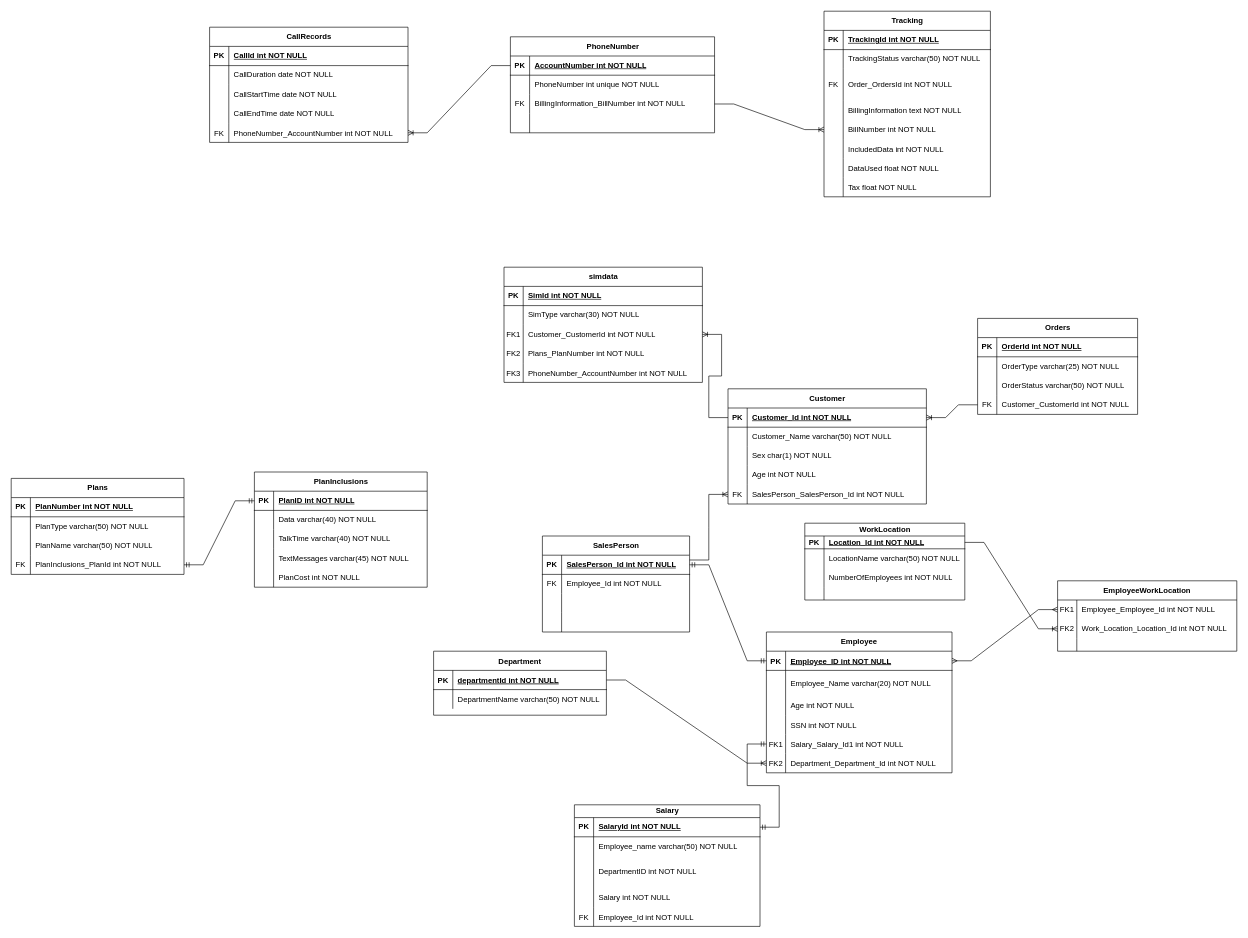
Before: Untitled Diagram.drawio in jayanthbharadwaj2601/socialproof-frontendmentor, a draw.io diagram. Source tidied: cells renumbered, new cells numbered last; positions are measured from the earlier drawing's top-left corner, leaving out a move shared by most shapes. Both pictures are drawn from the tidied source at 64%, with x=0, y=0 at pixel (11, 11).
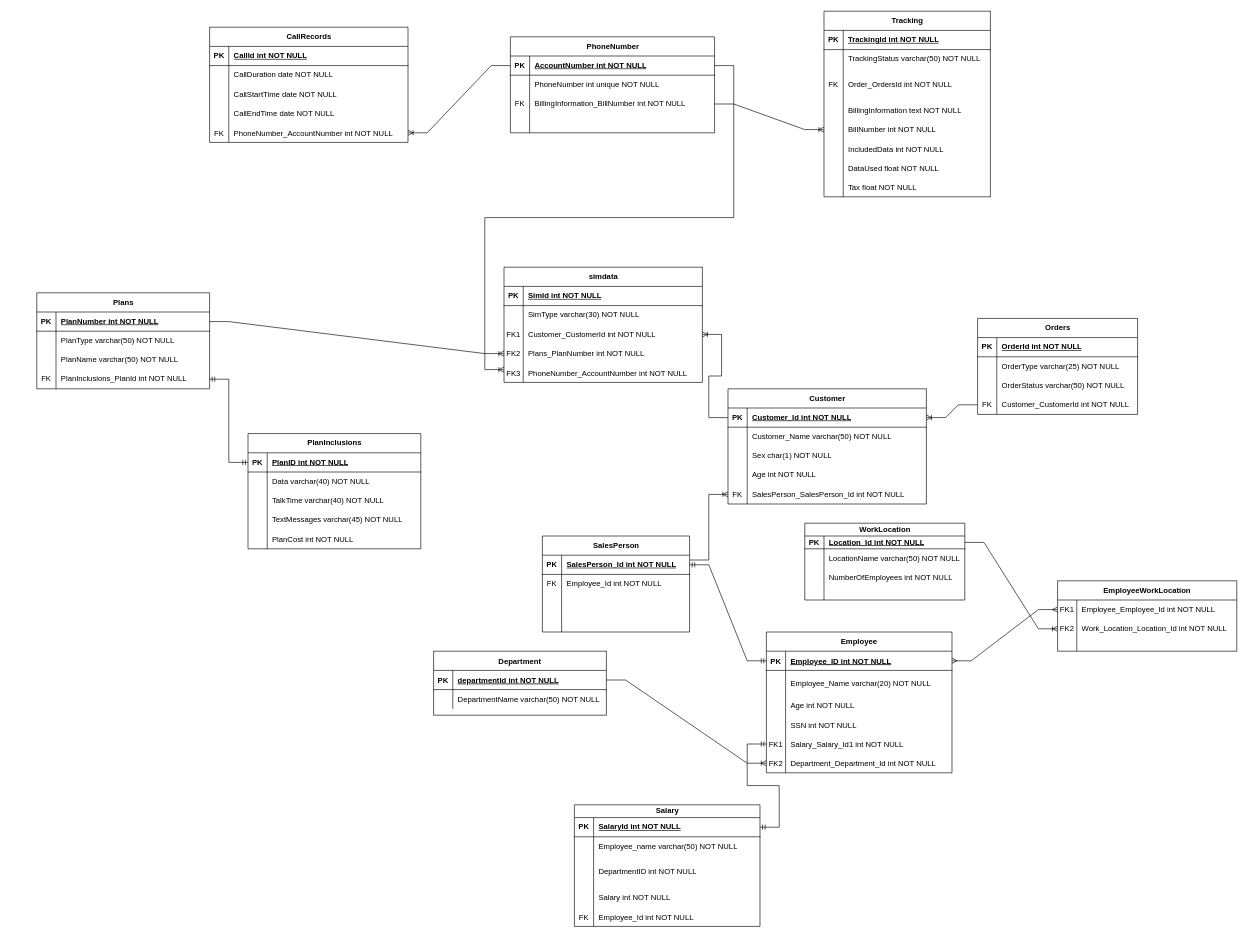
Above is the later version.

Unchanged cells that the change refers to:
```xml
<mxCell id="135" style="shape=tableRow;horizontal=0;startSize=0;swimlaneHead=0;swimlaneBody=0;fillColor=none;points=[[0,0.5],[1,0.5]];portConstraint=eastwest;top=0;left=0;right=0;bottom=1;" parent="134" vertex="1">
  <mxGeometry y="30" width="319" height="30" as="geometry" />
</mxCell>
<mxCell id="180" style="shape=tableRow;horizontal=0;startSize=0;swimlaneHead=0;swimlaneBody=0;fillColor=none;points=[[0,0.5],[1,0.5]];portConstraint=eastwest;top=0;left=0;right=0;bottom=1;" parent="179" vertex="1">
  <mxGeometry y="30" width="270" height="30" as="geometry" />
</mxCell>
<mxCell id="202" style="shape=tableRow;horizontal=0;startSize=0;swimlaneHead=0;swimlaneBody=0;fillColor=none;points=[[0,0.5],[1,0.5]];portConstraint=eastwest;top=0;left=0;right=0;bottom=0;" parent="192" vertex="1">
  <mxGeometry y="120" width="310" height="30" as="geometry" />
</mxCell>
```

Diff of the diagram source:
```diff
@@
     <mxCell id="163" value="PlanInclusions" style="shape=table;startSize=30;childLayout=tableLayout;rowLines=0;fontStyle=1;align=center;html=1;" parent="1" vertex="1">
-      <mxGeometry x="380" y="720" width="270" height="180" as="geometry" />
+      <mxGeometry x="370" y="660" width="270" height="180" as="geometry" />
     </mxCell>
@@
     <mxCell id="179" value="Plans" style="shape=table;startSize=30;childLayout=tableLayout;rowLines=0;fontStyle=1;align=center;html=1;" parent="1" vertex="1">
-      <mxGeometry y="730" width="270" height="150" as="geometry" />
+      <mxGeometry x="40" y="440" width="270" height="150" as="geometry" />
     </mxCell>
@@
+    <mxCell id="219" style="edgeStyle=entityRelationEdgeStyle;fontSize=12;html=1;endArrow=ERoneToMany;rounded=0;exitX=1;exitY=0.5;exitDx=0;exitDy=0;" parent="1" edge="1" source="135">
+      <mxGeometry relative="1" as="geometry">
+        <mxPoint x="770" y="560" as="targetPoint" />
+      </mxGeometry>
+    </mxCell>
+    <mxCell id="220" style="edgeStyle=entityRelationEdgeStyle;fontSize=12;html=1;endArrow=ERoneToMany;rounded=0;entryX=0;entryY=0.5;entryDx=0;entryDy=0;exitX=1;exitY=0.5;exitDx=0;exitDy=0;" parent="1" edge="1" source="180" target="202">
+      <mxGeometry relative="1" as="geometry" />
+    </mxCell>
```
